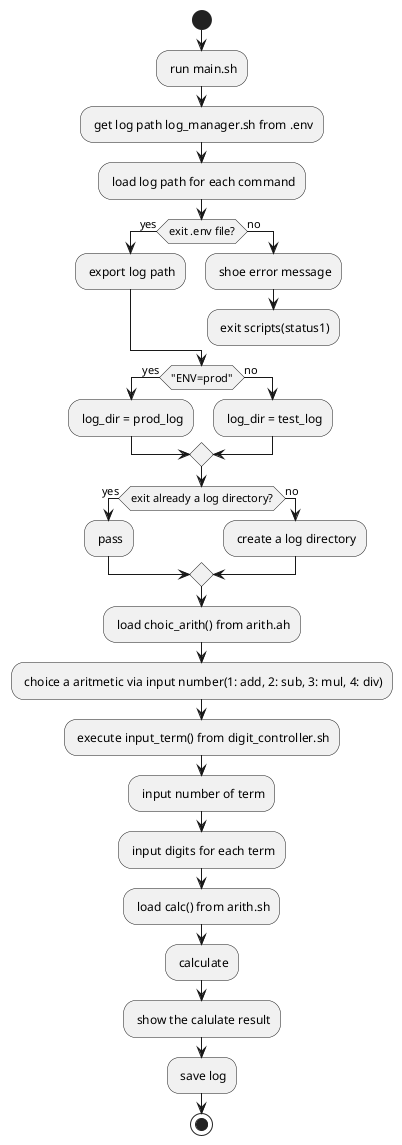
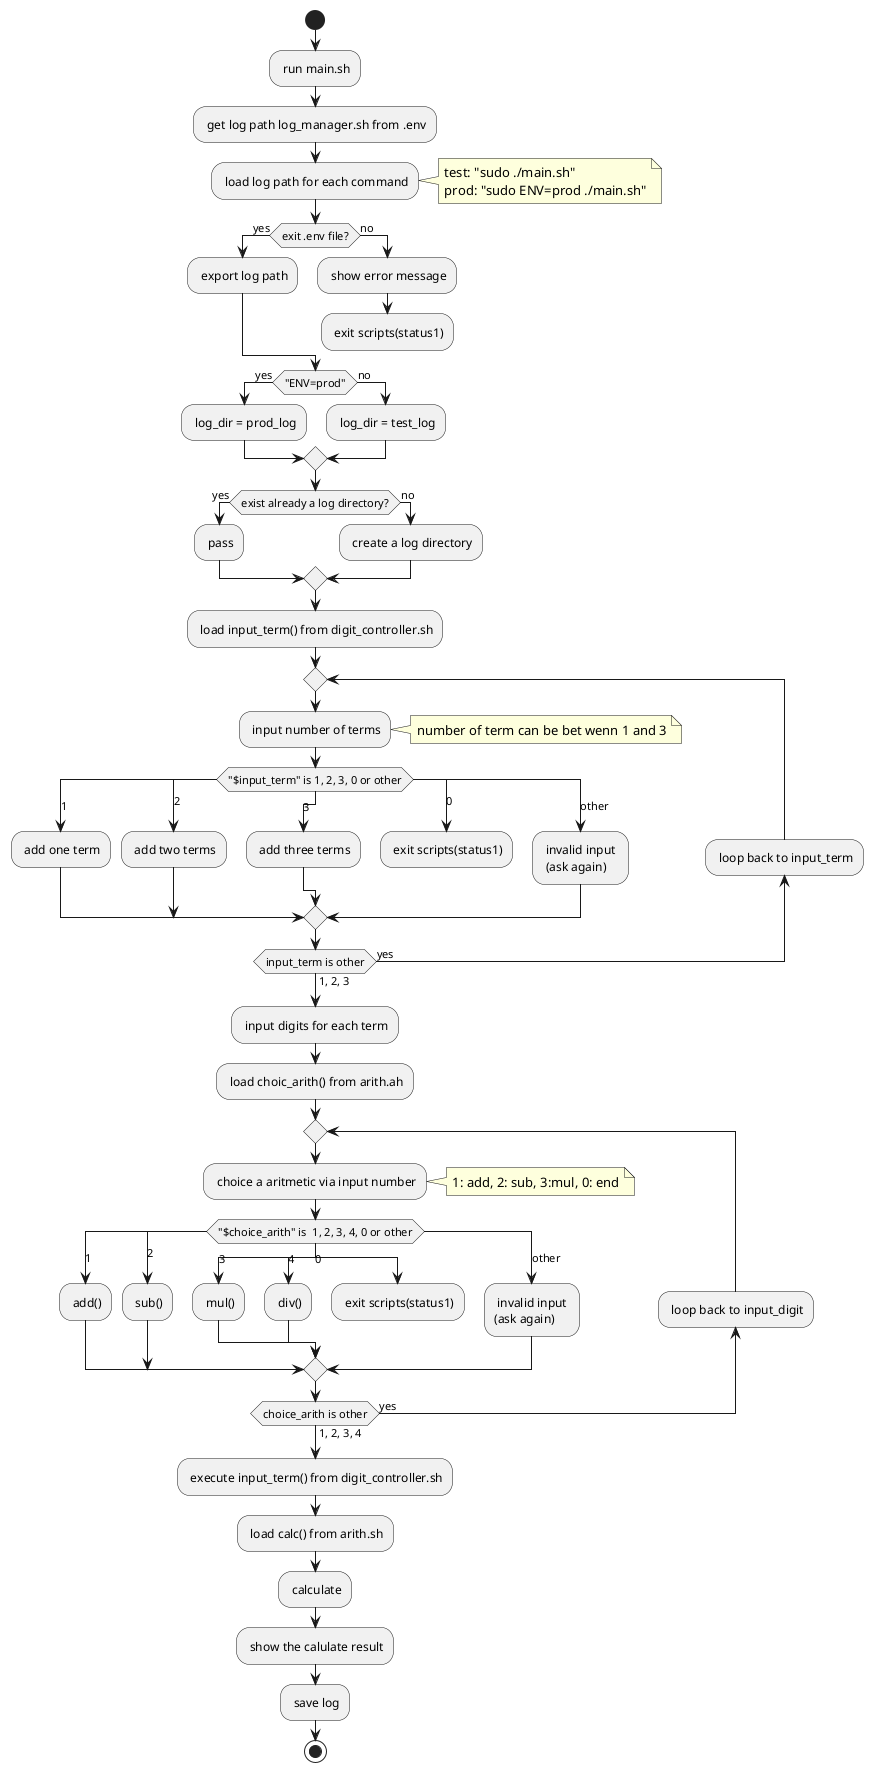
@startuml
start
: run main.sh;
: get log path log_manager.sh from .env;
: load log path for each command;
+ note right
+ 	test: "sudo ./main.sh"
+ 	prod: "sudo ENV=prod ./main.sh"
+ end note

if (exit .env file?) then (yes)
	: export log path;
else (no)
- 	: shoe error message;
+ 	: show error message;
	: exit scripts(status1);
	kill
endif

if ("ENV=prod") then (yes)
	: log_dir = prod_log;
else (no)
	: log_dir = test_log;
endif

- if (exit already a log directory?) then (yes)
+ if (exist already a log directory?) then (yes)
	: pass;
else (no)
	: create a log directory;
endif
+ : load input_term() from digit_controller.sh;
+ 
+ 
+ repeat
+ : input number of terms;
+ note right
+ number of term can be bet wenn 1 and 3
+ end note
+ 
+ switch("$input_term" is 1, 2, 3, 0 or other)
+ case(1)
+ 	: add one term;
+ case(2)
+ 	: add two terms;
+ case(3)
+ 	: add three terms;
+ case(0)
+ 	: exit scripts(status1);
+ 	detach
+ case(other)
+ 	: invalid input \n (ask again);
+ endswitch
+ backward: loop back to input_term;
+ repeat while(input_term is other) is (yes) not (1, 2, 3);
+ 
+ : input digits for each term;

: load choic_arith() from arith.ah;
- : choice a aritmetic via input number(1: add, 2: sub, 3: mul, 4: div);
+ repeat
+ : choice a aritmetic via input number;
+ note right
+ 1: add, 2: sub, 3:mul, 0: end
+ end note
+ 
+ switch ("$choice_arith" is  1, 2, 3, 4, 0 or other)
+ case (1)
+ 	: add();
+ case (2)
+ 	: sub();
+ case (3)
+ 	: mul();
+ case (4)
+ 	: div();
+ case (0)
+ 	: exit scripts(status1);
+ 	detach
+ case (other)
+ 	: invalid input \n(ask again);
+ endswitch
+ backward: loop back to input_digit;
+ repeat while(choice_arith is other) is (yes) not (1, 2, 3, 4);
+ 
: execute input_term() from digit_controller.sh;
- : input number of term;
- : input digits for each term;
: load calc() from arith.sh;
: calculate;
: show the calulate result;
: save log;
stop
@enduml

